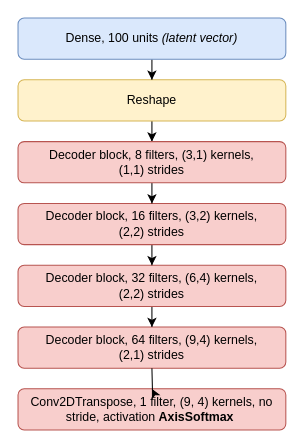
Earlier version of the draw.io diagram paper_images/autoencoder/decoder.drawio (LucaCappelletti94/repairing_genomic_gaps). Source tidied: cells renumbered, new cells numbered last; positions are measured from the earlier drawing's top-left corner, leaving out a move shared by most shapes. Both pictures are drawn from the tidied source at 103%, with x=0, y=0 at pixel (18, 18).
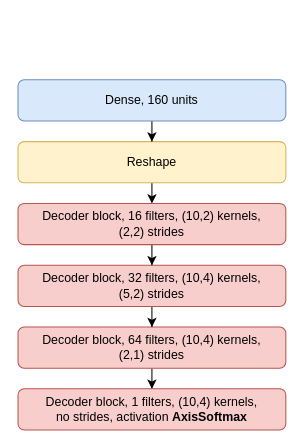
After the change.

The edit, as a diff of the source:
```diff
@@
 <mxGraphModel>
   <root>
     <mxCell id="0" />
     <mxCell id="1" parent="0" />
+    <mxCell id="15" style="edgeStyle=orthogonalEdgeStyle;rounded=0;jettySize=auto;html=1;" parent="1" edge="1" source="2" target="16">
+      <mxGeometry relative="1" as="geometry" />
+    </mxCell>
-    <mxCell id="2" value="Decoder block, 64 filters, (9,4) kernels,&lt;br&gt;(2,1) strides" style="rounded=1;whiteSpace=wrap;html=1;fillColor=#f8cecc;strokeColor=#b85450;" parent="1" vertex="1">
+    <mxCell id="2" value="Decoder block, 64 filters, (10,4) kernels,&lt;br&gt;&amp;nbsp;(2,1) strides&amp;nbsp;" style="rounded=1;whiteSpace=wrap;html=1;fillColor=#f8cecc;strokeColor=#b85450;" parent="1" vertex="1">
       <mxGeometry y="300" width="260" height="40" as="geometry" />
     </mxCell>
     <mxCell id="3" style="edgeStyle=orthogonalEdgeStyle;rounded=0;jettySize=auto;html=1;" parent="1" edge="1" source="4" target="2">
       <mxGeometry relative="1" as="geometry" />
     </mxCell>
-    <mxCell id="4" value="Decoder block, 32 filters, (6,4) kernels,&lt;br&gt;(2,2) strides" style="rounded=1;whiteSpace=wrap;html=1;fillColor=#f8cecc;strokeColor=#b85450;" parent="1" vertex="1">
+    <mxCell id="4" value="Decoder block, 32 filters, (10,4) kernels,&lt;br&gt;(5,2) strides" style="rounded=1;whiteSpace=wrap;html=1;fillColor=#f8cecc;strokeColor=#b85450;" parent="1" vertex="1">
       <mxGeometry y="240" width="260" height="40" as="geometry" />
     </mxCell>
     <mxCell id="5" style="edgeStyle=orthogonalEdgeStyle;rounded=0;jettySize=auto;html=1;" parent="1" edge="1" source="6" target="4">
       <mxGeometry relative="1" as="geometry" />
     </mxCell>
-    <mxCell id="6" value="Decoder block, 16 filters, (3,2) kernels,&lt;br&gt;(2,2) strides" style="rounded=1;whiteSpace=wrap;html=1;fillColor=#f8cecc;strokeColor=#b85450;" parent="1" vertex="1">
+    <mxCell id="6" value="Decoder block, 16 filters, (10,2) kernels,&lt;br&gt;(2,2) strides" style="rounded=1;whiteSpace=wrap;html=1;fillColor=#f8cecc;strokeColor=#b85450;" parent="1" vertex="1">
       <mxGeometry y="180" width="260" height="40" as="geometry" />
     </mxCell>
-    <mxCell id="7" style="edgeStyle=orthogonalEdgeStyle;rounded=0;jettySize=auto;html=1;" parent="1" edge="1" source="8" target="12">
-      <mxGeometry relative="1" as="geometry" />
+    <mxCell id="7" style="edgeStyle=orthogonalEdgeStyle;rounded=0;jettySize=auto;html=1;" parent="1" edge="1" source="8">
+      <mxGeometry relative="1" as="geometry">
+        <mxPoint x="130" y="180" as="targetPoint" />
+      </mxGeometry>
     </mxCell>
     <mxCell id="8" value="Reshape" style="rounded=1;whiteSpace=wrap;html=1;fillColor=#fff2cc;strokeColor=#d6b656;" parent="1" vertex="1">
-      <mxGeometry y="60" width="260" height="40" as="geometry" />
+      <mxGeometry y="120" width="260" height="40" as="geometry" />
     </mxCell>
     <mxCell id="9" style="edgeStyle=orthogonalEdgeStyle;rounded=0;jettySize=auto;html=1;" parent="1" edge="1" source="10" target="8">
       <mxGeometry relative="1" as="geometry" />
     </mxCell>
-    <mxCell id="10" value="Dense, 100 units &lt;i&gt;(latent vector)&lt;/i&gt;" style="rounded=1;whiteSpace=wrap;html=1;fillColor=#dae8fc;strokeColor=#6c8ebf;" parent="1" vertex="1">
-      <mxGeometry width="260" height="40" as="geometry" />
+    <mxCell id="10" value="Dense, 160 units" style="rounded=1;whiteSpace=wrap;html=1;fillColor=#dae8fc;strokeColor=#6c8ebf;" parent="1" vertex="1">
+      <mxGeometry y="60" width="260" height="40" as="geometry" />
     </mxCell>
-    <mxCell id="11" style="edgeStyle=orthogonalEdgeStyle;rounded=0;jettySize=auto;html=1;" parent="1" edge="1" source="12" target="6">
-      <mxGeometry relative="1" as="geometry" />
-    </mxCell>
-    <mxCell id="12" value="Decoder&amp;nbsp;block, 8 filters, (3,1) kernels,&lt;br&gt;(1,1) strides" style="rounded=1;whiteSpace=wrap;html=1;fillColor=#f8cecc;strokeColor=#b85450;" parent="1" vertex="1">
-      <mxGeometry y="120" width="260" height="40" as="geometry" />
-    </mxCell>
-    <mxCell id="13" value="Conv2DTranspose, 1 filter, (9, 4) kernels, no stride, activation&amp;nbsp;&lt;b&gt;AxisSoftmax&lt;/b&gt;&amp;nbsp;" style="rounded=1;whiteSpace=wrap;html=1;fillColor=#f8cecc;strokeColor=#b85450;" parent="1" vertex="1">
-      <mxGeometry y="360" width="260" height="40" as="geometry" />
-    </mxCell>
-    <mxCell id="14" style="edgeStyle=orthogonalEdgeStyle;rounded=0;jettySize=auto;html=1;" parent="1" edge="1" target="13">
-      <mxGeometry relative="1" as="geometry">
-        <mxPoint x="130" y="340" as="sourcePoint" />
-      </mxGeometry>
-    </mxCell>
+    <mxCell id="16" value="Decoder block, 1 filters, (10,4) kernels,&lt;br&gt;&amp;nbsp;no strides, activation&amp;nbsp;&lt;b&gt;AxisSoftmax&lt;/b&gt;&amp;nbsp;" style="rounded=1;whiteSpace=wrap;html=1;fillColor=#f8cecc;strokeColor=#b85450;" parent="1" vertex="1">
+      <mxGeometry y="360" width="260" height="40" as="geometry" />
+    </mxCell>
   </root>
 </mxGraphModel>
```
